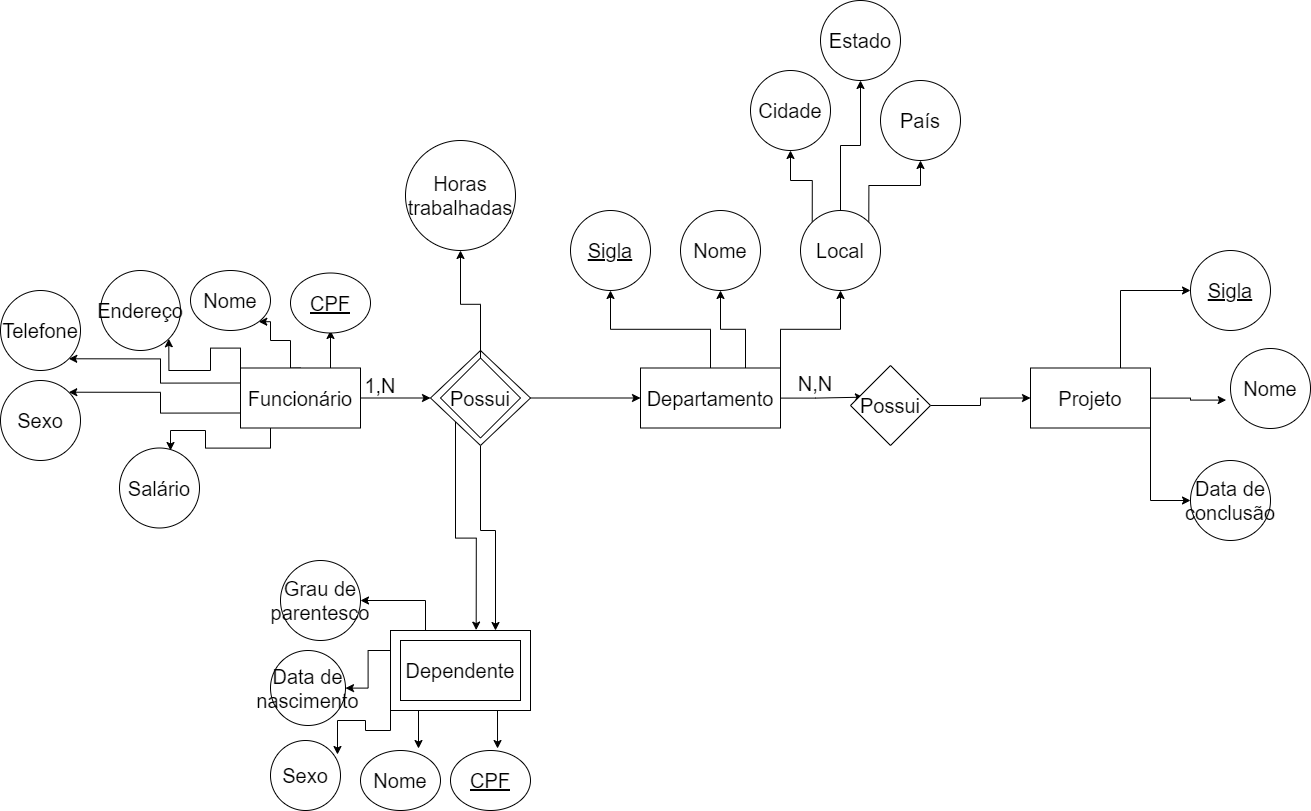
Before: HO03.drawio.png, a diagram exported from draw.io (Cams1403/handson). Source tidied: cells renumbered, new cells last; positions are measured from the earlier drawing's top-left corner, leaving out a move shared by most shapes.
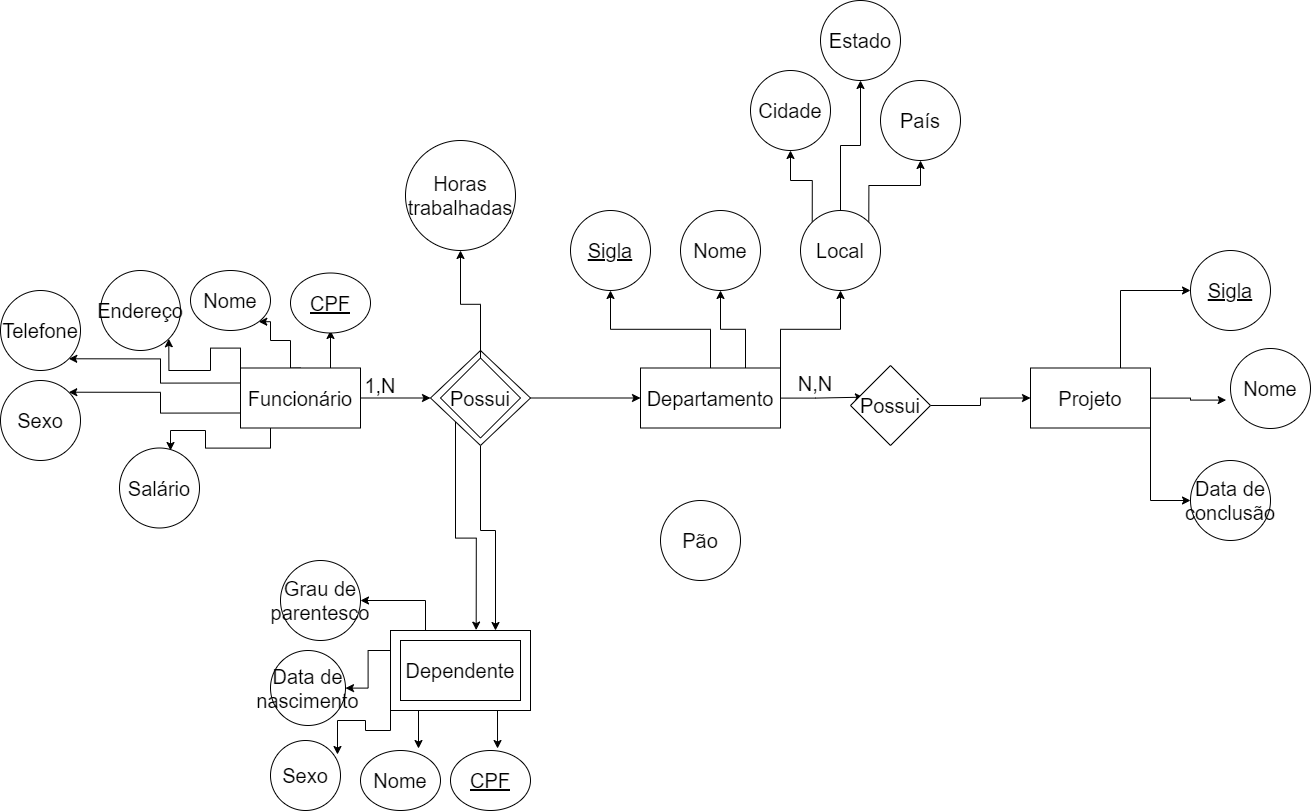
The same file after the commit.

Diff of the diagram source:
```diff
@@ -191,5 +191,8 @@
     <mxCell id="59" value="Horas&lt;br&gt;trabalhadas" style="ellipse;whiteSpace=wrap;html=1;fontSize=20;" parent="1" vertex="1">
       <mxGeometry x="405" y="140" width="110" height="110" as="geometry" />
     </mxCell>
+    <mxCell id="60" value="Pão" style="ellipse;whiteSpace=wrap;html=1;fontSize=20;" parent="1" vertex="1">
+      <mxGeometry x="660" y="500" width="80" height="80" as="geometry" />
+    </mxCell>
   </root>
 </mxGraphModel>
```
